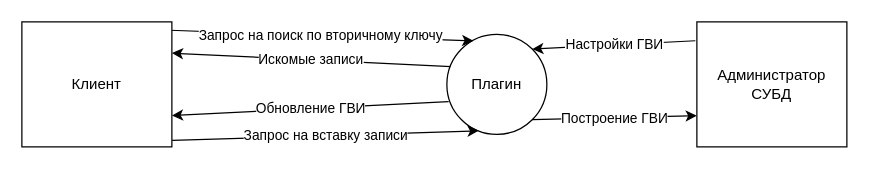
This is page "context" (2 of 10) of schemas.drawio from vitosotdihaet/pind, a draw.io file, before an edit. Source tidied: cells renumbered, new cells numbered last; positions are measured from the earlier drawing's top-left corner, leaving out a move shared by most shapes. Both pictures are drawn from the tidied source at 125%, with x=0, y=0 at pixel (21, 21).
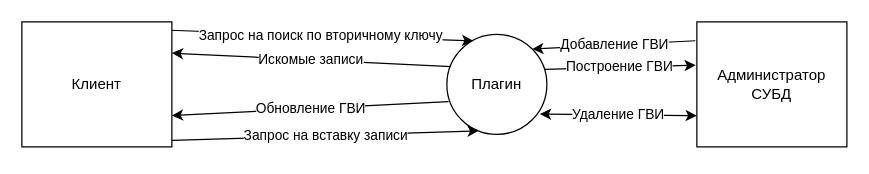
The same diagram, later.

What changed in the source:
```diff
@@
 <mxGraphModel>
   <root>
     <mxCell id="0" />
     <mxCell id="1" parent="0" />
-    <mxCell id="2" value="Построение ГВИ" style="rounded=0;jettySize=auto;html=1;entryX=0;entryY=0.75;entryDx=0;entryDy=0;exitX=1;exitY=1;exitDx=0;exitDy=0;" parent="1" edge="1" source="4" target="9">
+    <mxCell id="2" value="Построение ГВИ" style="rounded=0;jettySize=auto;html=1;entryX=-0.007;entryY=0.347;entryDx=0;entryDy=0;exitX=0.978;exitY=0.351;exitDx=0;exitDy=0;entryPerimeter=0;exitPerimeter=0;" parent="1" edge="1" source="4" target="9">
       <mxGeometry relative="1" as="geometry" />
     </mxCell>
     <mxCell id="3" value="Искомые записи" style="rounded=0;jettySize=auto;html=1;exitX=0.042;exitY=0.323;exitDx=0;exitDy=0;exitPerimeter=0;entryX=1;entryY=0.25;entryDx=0;entryDy=0;" parent="1" edge="1" source="4" target="7">
       <mxGeometry relative="1" as="geometry" />
     </mxCell>
     <mxCell id="4" value="Плагин" style="ellipse;whiteSpace=wrap;html=1;" parent="1" vertex="1">
       <mxGeometry x="340" y="10" width="80" height="80" as="geometry" />
     </mxCell>
     <mxCell id="5" value="Запрос на поиск по вторичному ключу" style="rounded=0;jettySize=auto;html=1;entryX=0.265;entryY=0.065;entryDx=0;entryDy=0;exitX=0.987;exitY=0.067;exitDx=0;exitDy=0;exitPerimeter=0;entryPerimeter=0;" parent="1" edge="1" source="7" target="4">
       <mxGeometry relative="1" as="geometry" />
     </mxCell>
     <mxCell id="6" value="Запрос на вставку записи" style="rounded=0;jettySize=auto;html=1;entryX=0.319;entryY=0.964;entryDx=0;entryDy=0;exitX=1.002;exitY=0.948;exitDx=0;exitDy=0;exitPerimeter=0;entryPerimeter=0;" parent="1" edge="1" source="7" target="4">
       <mxGeometry relative="1" as="geometry" />
     </mxCell>
     <mxCell id="7" value="Клиент" style="rounded=0;whiteSpace=wrap;html=1;" parent="1" vertex="1">
       <mxGeometry width="120" height="100" as="geometry" />
     </mxCell>
-    <mxCell id="8" value="Настройки ГВИ" style="rounded=0;jettySize=auto;html=1;exitX=-0.01;exitY=0.151;exitDx=0;exitDy=0;exitPerimeter=0;entryX=1;entryY=0;entryDx=0;entryDy=0;" parent="1" edge="1" source="9" target="4">
+    <mxCell id="8" value="Добавление ГВИ" style="rounded=0;jettySize=auto;html=1;exitX=-0.01;exitY=0.151;exitDx=0;exitDy=0;exitPerimeter=0;entryX=1;entryY=0;entryDx=0;entryDy=0;" parent="1" edge="1" source="9" target="4">
       <mxGeometry relative="1" as="geometry" />
     </mxCell>
     <mxCell id="9" value="Администратор СУБД" style="rounded=0;whiteSpace=wrap;html=1;" parent="1" vertex="1">
       <mxGeometry x="540" width="120" height="100" as="geometry" />
     </mxCell>
     <mxCell id="10" value="Обновление ГВИ" style="rounded=0;jettySize=auto;html=1;exitX=0.018;exitY=0.673;exitDx=0;exitDy=0;exitPerimeter=0;entryX=1;entryY=0.75;entryDx=0;entryDy=0;" parent="1" edge="1" source="4" target="7">
       <mxGeometry relative="1" as="geometry" />
     </mxCell>
+    <mxCell id="11" value="Удаление ГВИ" style="rounded=0;jettySize=auto;html=1;entryX=0.93;entryY=0.797;entryDx=0;entryDy=0;entryPerimeter=0;exitX=0;exitY=0.75;exitDx=0;exitDy=0;startArrow=classic;startFill=1;" parent="1" edge="1" source="9" target="4">
+      <mxGeometry relative="1" as="geometry" />
+    </mxCell>
   </root>
 </mxGraphModel>
```
